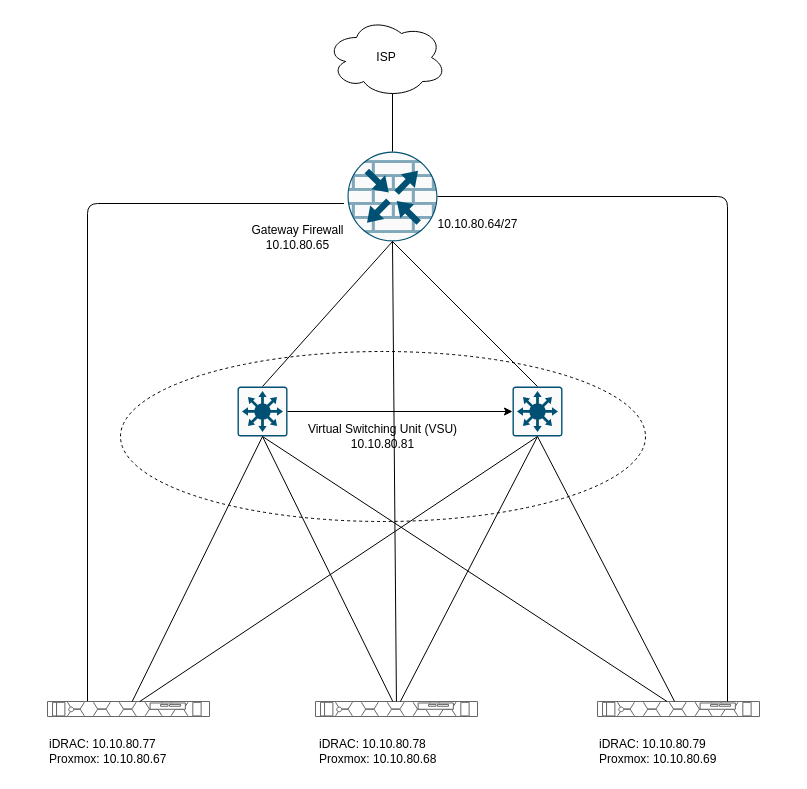
The draw.io diagram Physical Overview.drawio in aadarshadhakalg/aadarshadhakalg, before the edit. Source tidied: cells renumbered, new cells numbered last; positions are measured from the earlier drawing's top-left corner, leaving out a move shared by most shapes. Both pictures are drawn from the tidied source at 100%, with x=0, y=0 at pixel (47, 17).
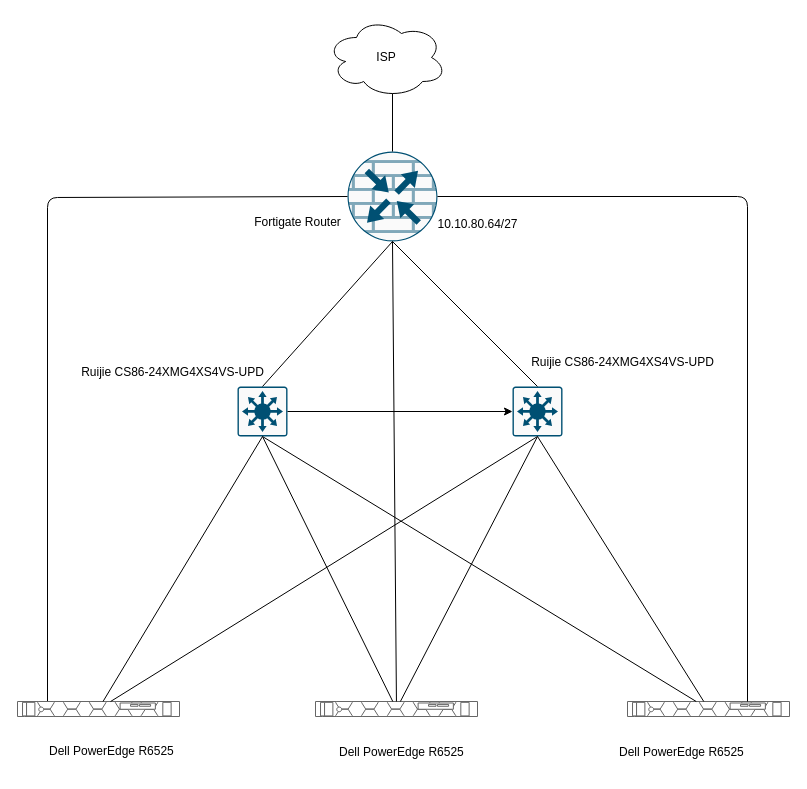
The same page after the edit.

Unchanged cells that the change refers to:
```xml
<mxCell id="4" style="points=[[0.5,0,0],[1,0.5,0],[0.5,1,0],[0,0.5,0],[0.145,0.145,0],[0.8555,0.145,0],[0.855,0.8555,0],[0.145,0.855,0]];verticalLabelPosition=bottom;html=1;verticalAlign=top;align=center;shape=mxgraph.cisco19.rect;prIcon=router_with_firewall;fillColor=#FAFAFA;strokeColor=#005073;rounded=1;" parent="1" vertex="1">
  <mxGeometry x="300" y="134" width="90" height="90" as="geometry" />
</mxCell>
```

Change to the diagram source:
```diff
@@
-    <mxCell id="2" value="&lt;div&gt;Virtual Switching Unit (VSU)&lt;/div&gt;10.10.80.81" style="ellipse;whiteSpace=wrap;html=1;fillColor=none;dashed=1;rounded=1;" parent="1" vertex="1">
-      <mxGeometry x="73" y="334" width="525" height="170" as="geometry" />
-    </mxCell>
@@
-    <mxCell id="8" style="edgeStyle=orthogonalEdgeStyle;rounded=1;jettySize=auto;html=1;entryX=-0.039;entryY=0.578;entryDx=0;entryDy=0;entryPerimeter=0;endArrow=none;endFill=0;" parent="1" edge="1" source="9" target="4">
+    <mxCell id="8" style="edgeStyle=orthogonalEdgeStyle;rounded=1;jettySize=auto;html=1;entryX=0;entryY=0.5;entryDx=0;entryDy=0;entryPerimeter=0;endArrow=none;endFill=0;" parent="1" edge="1" source="9" target="4">
       <mxGeometry relative="1" as="geometry">
         <Array as="points">
-          <mxPoint x="40" y="186" />
+          <mxPoint y="180" />
         </Array>
       </mxGeometry>
     </mxCell>
     <mxCell id="9" style="strokeColor=#666666;html=1;labelPosition=right;align=left;spacingLeft=15;shadow=0;dashed=0;outlineConnect=0;shape=mxgraph.rack.dell.poweredge_r6525;rounded=1;" parent="1" vertex="1">
-      <mxGeometry y="684" width="162" height="15" as="geometry" />
+      <mxGeometry x="-30" y="684" width="162" height="15" as="geometry" />
     </mxCell>
@@
     <mxCell id="11" style="strokeColor=#666666;html=1;labelPosition=right;align=left;spacingLeft=15;shadow=0;dashed=0;outlineConnect=0;shape=mxgraph.rack.dell.poweredge_r6525;rounded=1;" parent="1" vertex="1">
-      <mxGeometry x="550" y="684" width="162" height="15" as="geometry" />
+      <mxGeometry x="580" y="684" width="162" height="15" as="geometry" />
     </mxCell>
@@
-    <mxCell id="20" value="iDRAC: 10.10.80.77&lt;div&gt;Proxmox: 10.10.80.67&lt;/div&gt;" style="text;html=1;align=left;verticalAlign=middle;strokeColor=none;fillColor=none;" parent="1" vertex="1">
-      <mxGeometry y="714" width="140" height="40" as="geometry" />
+    <mxCell id="20" value="Dell PowerEdge R6525" style="text;html=1;align=left;verticalAlign=middle;strokeColor=none;fillColor=none;" parent="1" vertex="1">
+      <mxGeometry y="719" width="150" height="30" as="geometry" />
     </mxCell>
-    <mxCell id="21" value="iDRAC: 10.10.80.78&lt;div&gt;Proxmox: 10.10.80.68&lt;/div&gt;" style="text;html=1;align=left;verticalAlign=middle;strokeColor=none;fillColor=none;" parent="1" vertex="1">
-      <mxGeometry x="270" y="714" width="140" height="40" as="geometry" />
-    </mxCell>
-    <mxCell id="22" value="iDRAC: 10.10.80.79&lt;div&gt;Proxmox: 10.10.80.69&lt;/div&gt;" style="text;html=1;align=left;verticalAlign=middle;strokeColor=none;fillColor=none;" parent="1" vertex="1">
-      <mxGeometry x="550" y="714" width="140" height="40" as="geometry" />
-    </mxCell>
-    <mxCell id="23" value="Gateway Firewall&lt;div&gt;10.10.80.65&lt;/div&gt;" style="text;html=1;align=center;verticalAlign=middle;strokeColor=none;fillColor=none;" parent="1" vertex="1">
-      <mxGeometry x="190" y="200" width="120" height="40" as="geometry" />
+    <mxCell id="23" value="Fortigate Router" style="text;html=1;align=center;verticalAlign=middle;strokeColor=none;fillColor=none;" parent="1" vertex="1">
+      <mxGeometry x="195" y="190" width="110" height="30" as="geometry" />
     </mxCell>
@@
     <mxCell id="25" style="edgeStyle=orthogonalEdgeStyle;rounded=1;jettySize=auto;html=1;entryX=1;entryY=0.5;entryDx=0;entryDy=0;entryPerimeter=0;endArrow=none;endFill=0;" parent="1" edge="1" source="11" target="4">
       <mxGeometry relative="1" as="geometry">
         <Array as="points">
-          <mxPoint x="680" y="179" />
+          <mxPoint x="700" y="179" />
         </Array>
       </mxGeometry>
     </mxCell>
@@
+    <mxCell id="28" value="Dell PowerEdge R6525" style="text;html=1;align=left;verticalAlign=middle;strokeColor=none;fillColor=none;" parent="1" vertex="1">
+      <mxGeometry x="570" y="720" width="150" height="30" as="geometry" />
+    </mxCell>
+    <mxCell id="29" value="Dell PowerEdge R6525" style="text;html=1;align=left;verticalAlign=middle;strokeColor=none;fillColor=none;" parent="1" vertex="1">
+      <mxGeometry x="290" y="720" width="150" height="30" as="geometry" />
+    </mxCell>
+    <mxCell id="30" value="Ruijie&amp;nbsp;CS86-24XMG4XS4VS-UPD" style="text;html=1;align=center;verticalAlign=middle;strokeColor=none;fillColor=none;" parent="1" vertex="1">
+      <mxGeometry x="470" y="330" width="210" height="30" as="geometry" />
+    </mxCell>
+    <mxCell id="31" value="Ruijie&amp;nbsp;CS86-24XMG4XS4VS-UPD" style="text;html=1;align=center;verticalAlign=middle;strokeColor=none;fillColor=none;" parent="1" vertex="1">
+      <mxGeometry x="20" y="340" width="210" height="30" as="geometry" />
+    </mxCell>
```
